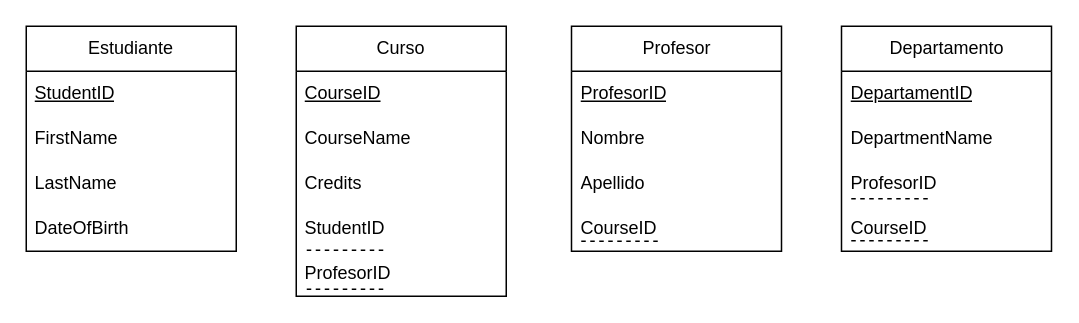
Above: BigDataAplicado/Practicas/Tema1/ModeloEntidadRelacion/paso5.drawio in ftp-andrei/WorkSpace_VSCode_IABD (draw.io), before the change. Source tidied: cells renumbered, new cells numbered last; positions are measured from the earlier drawing's top-left corner, leaving out a move shared by most shapes. Both pictures are drawn from the tidied source at 150%, with x=0, y=0 at pixel (26, 26).
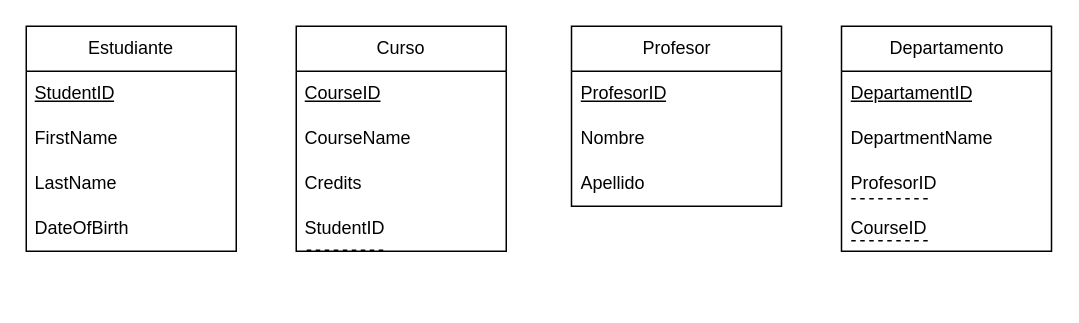
The same page after the edit.

Diff of the diagram source:
```diff
@@
     <mxCell id="7" value="Curso" style="swimlane;fontStyle=0;horizontal=1;startSize=30;whiteSpace=wrap;html=1;" parent="1" vertex="1">
-      <mxGeometry x="180" width="140" height="180" as="geometry" />
+      <mxGeometry x="180" width="140" height="150" as="geometry" />
     </mxCell>
@@
-    <mxCell id="12" value="ProfesorID" style="text;strokeColor=none;fillColor=none;align=left;verticalAlign=middle;spacingLeft=4;spacingRight=4;overflow=hidden;whiteSpace=wrap;html=1;" parent="7" vertex="1">
-      <mxGeometry y="150" width="140" height="30" as="geometry" />
-    </mxCell>
@@
-    <mxCell id="14" style="endArrow=none;dashed=1;html=1;fontSize=12;fontColor=default;endSize=6;" parent="7" edge="1">
-      <mxGeometry relative="1" as="geometry">
-        <mxPoint x="7" y="175.4" as="sourcePoint" />
-        <mxPoint x="60.5" y="175.4" as="targetPoint" />
-      </mxGeometry>
-    </mxCell>
     <mxCell id="15" value="Profesor" style="swimlane;fontStyle=0;horizontal=1;startSize=30;whiteSpace=wrap;html=1;" parent="1" vertex="1">
-      <mxGeometry x="363.5" width="140" height="150" as="geometry" />
+      <mxGeometry x="363.5" width="140" height="120" as="geometry" />
     </mxCell>
@@
-    <mxCell id="19" value="CourseID" style="text;strokeColor=none;fillColor=none;align=left;verticalAlign=middle;spacingLeft=4;spacingRight=4;overflow=hidden;whiteSpace=wrap;html=1;" parent="15" vertex="1">
-      <mxGeometry y="120" width="140" height="30" as="geometry" />
-    </mxCell>
-    <mxCell id="20" style="endArrow=none;dashed=1;html=1;fontSize=12;fontColor=default;endSize=6;" parent="15" edge="1">
-      <mxGeometry relative="1" as="geometry">
-        <mxPoint x="6.5" y="143.4" as="sourcePoint" />
-        <mxPoint x="60" y="143.4" as="targetPoint" />
-      </mxGeometry>
-    </mxCell>
```
